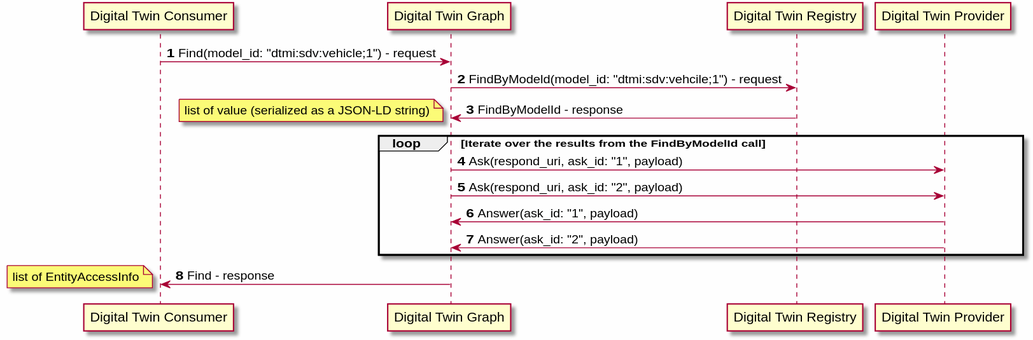
Before: docs/design/modules/digital_twin_graph/diagrams/find_sequence.svg, a diagram exported from PlantUML (eclipse-ibeji/ibeji).
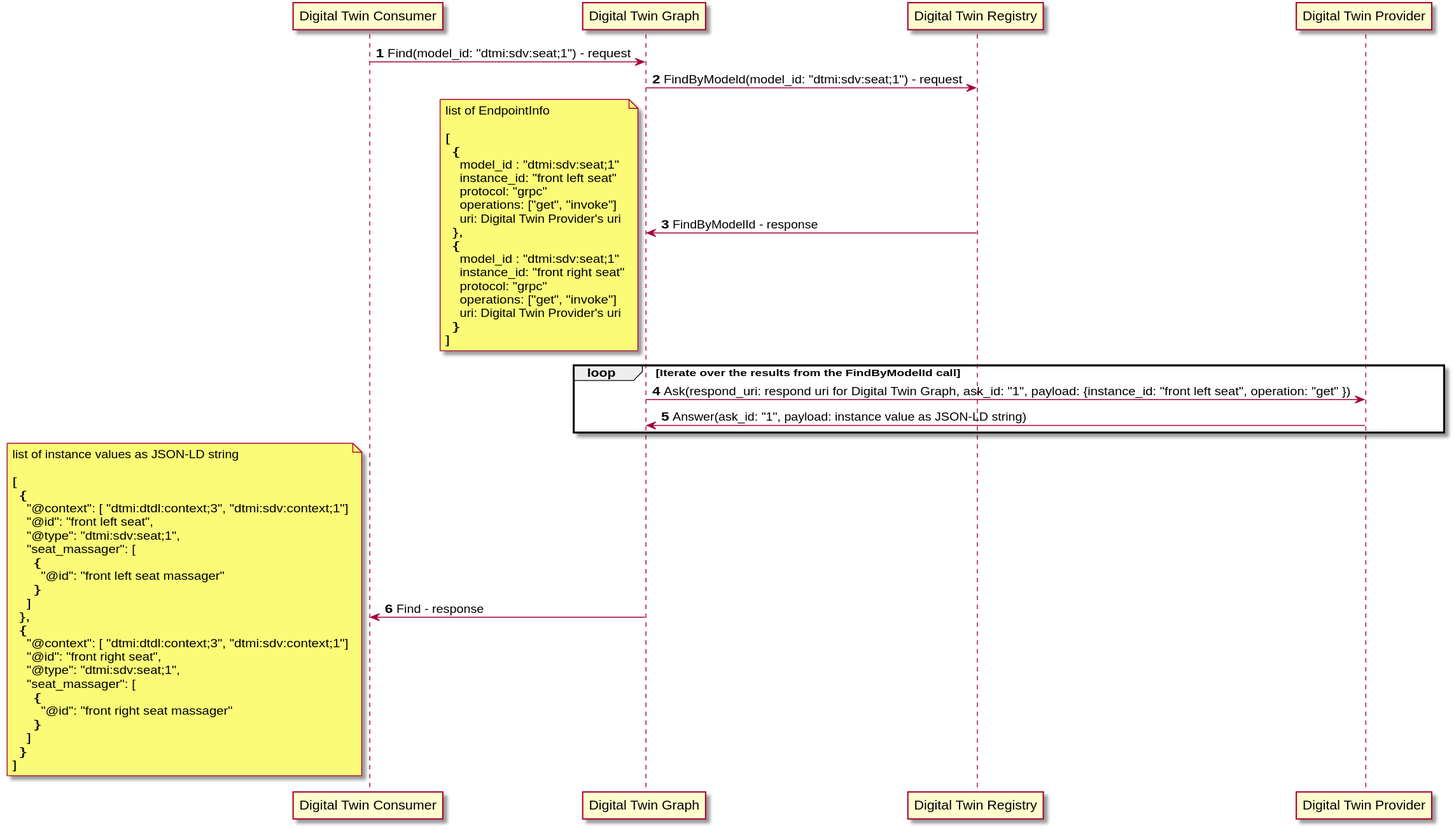
After the change.

Commit message:
Digital Twin Graph

Change to the diagram source:
```diff
@@ -1,5 +1,4 @@
 @startuml
-skinparamlocked backgroundColor fefefe
 
 autonumber
 
@@ -8,25 +7,63 @@
 participant "Digital Twin Registry" as DIGITAL_TWIN_REGISTRY
 participant "Digital Twin Provider" as PROVIDER
 
-CONSUMER -> DIGITAL_TWIN_GRAPH: Find(model_id: "dtmi:sdv:vehicle;1") - request
+CONSUMER -> DIGITAL_TWIN_GRAPH: Find(model_id: "dtmi:sdv:seat;1") - request
 
-DIGITAL_TWIN_GRAPH -> DIGITAL_TWIN_REGISTRY: FindByModeld(model_id: "dtmi:sdv:vehcile;1") - request
+DIGITAL_TWIN_GRAPH -> DIGITAL_TWIN_REGISTRY: FindByModeld(model_id: "dtmi:sdv:seat;1") - request
 
 DIGITAL_TWIN_GRAPH <- DIGITAL_TWIN_REGISTRY: FindByModelId - response
 note left
-  list of value (serialized as a JSON-LD string)
+  list of EndpointInfo
+
+  [
+    {
+      model_id : "dtmi:sdv:seat;1"
+      instance_id: "front left seat"
+      protocol: "grpc"
+      operations: ["get", "invoke"]
+      uri: Digital Twin Provider's uri
+    },
+    {
+      model_id : "dtmi:sdv:seat;1"
+      instance_id: "front right seat"
+      protocol: "grpc"
+      operations: ["get", "invoke"]
+      uri: Digital Twin Provider's uri
+    }
+  ]
 end note
 
 loop Iterate over the results from the FindByModelId call
-DIGITAL_TWIN_GRAPH -> PROVIDER: Ask(respond_uri, ask_id: "1", payload)
-DIGITAL_TWIN_GRAPH -> PROVIDER: Ask(respond_uri, ask_id: "2", payload)
-DIGITAL_TWIN_GRAPH <- PROVIDER: Answer(ask_id: "1", payload)
-DIGITAL_TWIN_GRAPH <- PROVIDER: Answer(ask_id: "2", payload)
+  DIGITAL_TWIN_GRAPH -> PROVIDER: Ask(respond_uri: respond uri for Digital Twin Graph, ask_id: "1", payload: {instance_id: "front left seat", operation: "get" })
+  DIGITAL_TWIN_GRAPH <- PROVIDER: Answer(ask_id: "1", payload: instance value as JSON-LD string)
 end
 
 CONSUMER <- DIGITAL_TWIN_GRAPH: Find - response
 note left
-  list of EntityAccessInfo
+  list of instance values as JSON-LD string
+
+  [
+    {
+      "@context": [ "dtmi:dtdl:context;3", "dtmi:sdv:context;1"]
+      "@id": "front left seat",
+      "@type": "dtmi:sdv:seat;1",
+      "seat_massager": [
+        {
+          "@id": "front left seat massager"
+        }
+      ]
+    },
+    {
+      "@context": [ "dtmi:dtdl:context;3", "dtmi:sdv:context;1"]
+      "@id": "front right seat",
+      "@type": "dtmi:sdv:seat;1",
+      "seat_massager": [
+        {
+          "@id": "front right seat massager"
+        }
+      ]
+    }
+  ]
 end note
 
 @enduml
```
